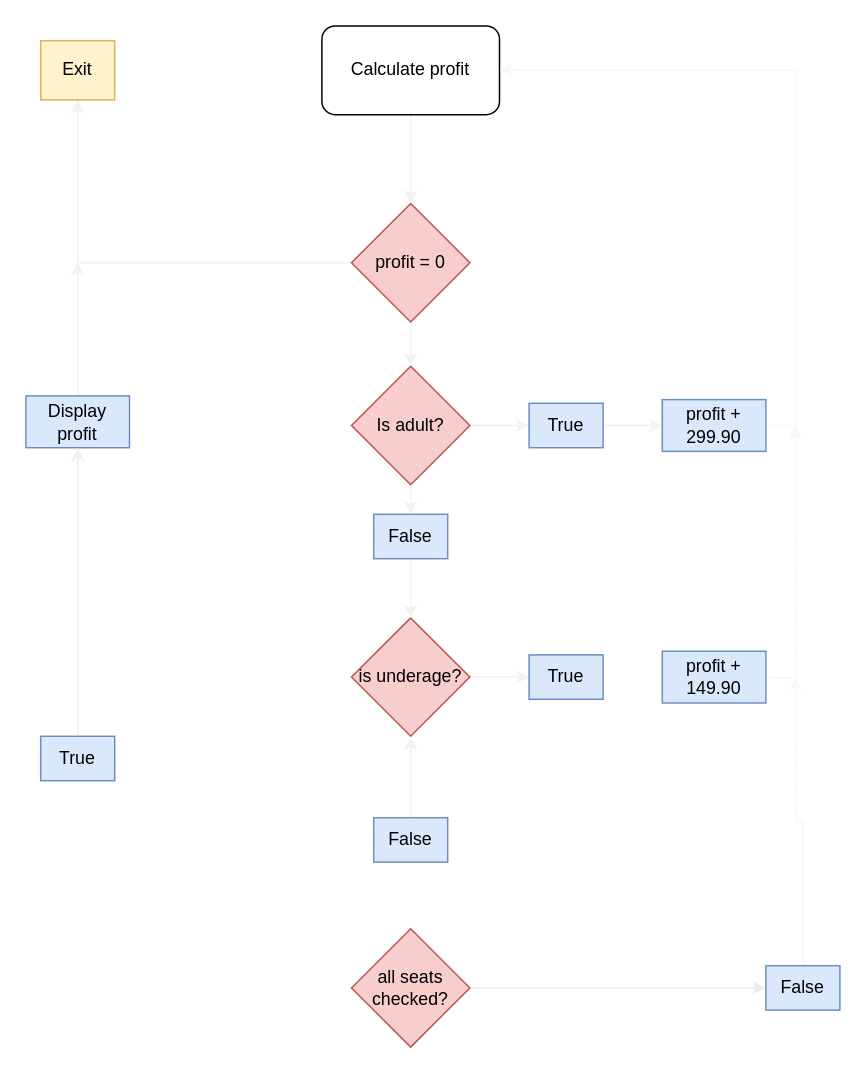
Earlier version of the draw.io diagram algorithm 2.drawio (Miishri/Programming1_Projekt2). Source tidied: cells renumbered, new cells numbered last; positions are measured from the earlier drawing's top-left corner, leaving out a move shared by most shapes. Both pictures are drawn from the tidied source at 148%, with x=0, y=0 at pixel (25, 25).
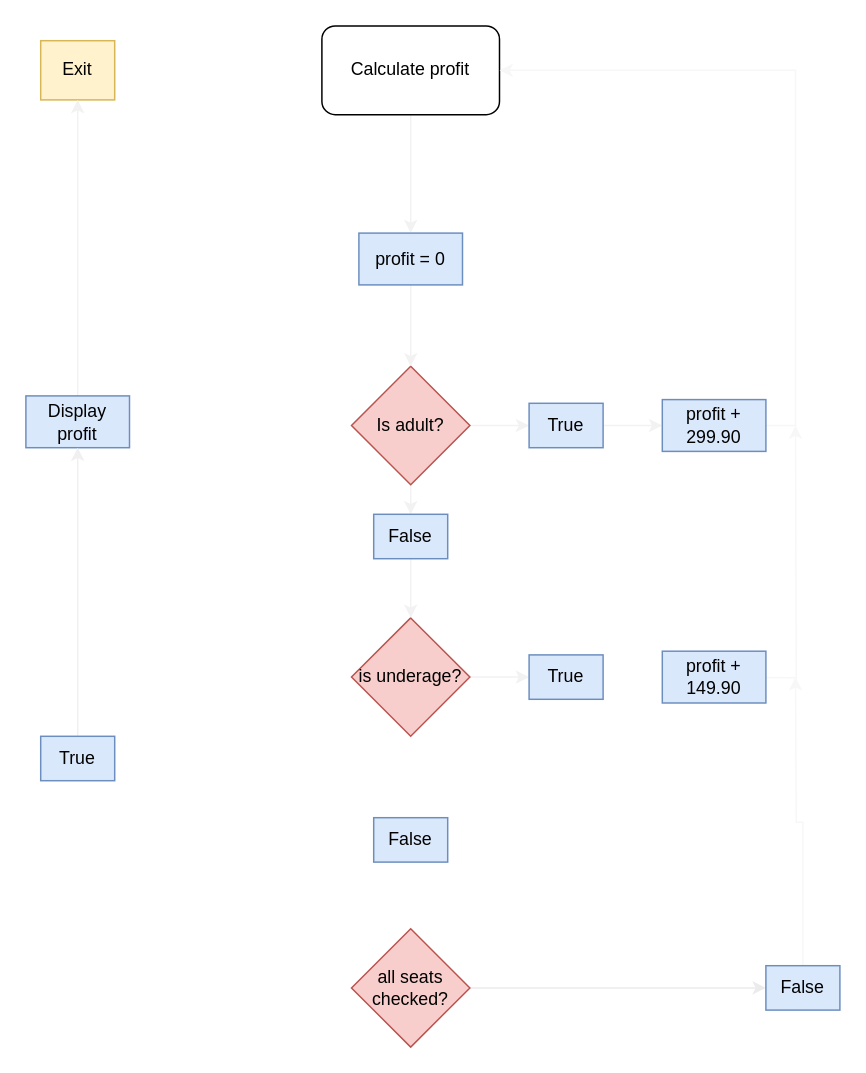
Above is the later version.

The change refers to these unchanged cells:
```xml
<mxCell id="6" value="Is adult?" style="rhombus;whiteSpace=wrap;html=1;fillColor=#f8cecc;strokeColor=#b85450;" parent="1" vertex="1">
  <mxGeometry x="220" y="230" width="80" height="80" as="geometry" />
</mxCell>
<mxCell id="8" value="is underage?" style="rhombus;whiteSpace=wrap;html=1;fillColor=#f8cecc;strokeColor=#b85450;" parent="1" vertex="1">
  <mxGeometry x="220" y="400" width="80" height="80" as="geometry" />
</mxCell>
<mxCell id="16" value="Exit" style="whiteSpace=wrap;html=1;fillColor=#fff2cc;strokeColor=#d6b656;" parent="1" vertex="1">
  <mxGeometry x="10" y="10" width="50" height="40" as="geometry" />
</mxCell>
<mxCell id="19" value="False" style="rounded=0;whiteSpace=wrap;html=1;fillColor=#dae8fc;strokeColor=#6c8ebf;" parent="1" vertex="1">
  <mxGeometry x="235" y="535" width="50" height="30" as="geometry" />
</mxCell>
<mxCell id="23" value="Display profit" style="rounded=0;whiteSpace=wrap;html=1;fillColor=#dae8fc;strokeColor=#6c8ebf;" parent="1" vertex="1">
  <mxGeometry y="250" width="70" height="35" as="geometry" />
</mxCell>
<mxCell id="30" value="all seats checked?" style="rhombus;whiteSpace=wrap;html=1;fillColor=#f8cecc;strokeColor=#b85450;" parent="1" vertex="1">
  <mxGeometry x="220" y="610" width="80" height="80" as="geometry" />
</mxCell>
```

What changed in the source:
```diff
@@
+    <mxCell id="35" style="edgeStyle=orthogonalEdgeStyle;rounded=0;jettySize=auto;html=1;exitX=0.5;exitY=1;exitDx=0;exitDy=0;entryX=0.5;entryY=0;entryDx=0;entryDy=0;strokeColor=#FFFFFF;" parent="1" edge="1" source="8" target="19">
+      <mxGeometry relative="1" as="geometry" />
+    </mxCell>
@@
-    <mxCell id="13" style="edgeStyle=orthogonalEdgeStyle;rounded=0;jettySize=auto;html=1;entryX=0.5;entryY=0;entryDx=0;entryDy=0;strokeColor=#F2F2F2;" parent="1" edge="1" source="15" target="6">
+    <mxCell id="13" style="edgeStyle=orthogonalEdgeStyle;rounded=0;jettySize=auto;html=1;entryX=0.5;entryY=0;entryDx=0;entryDy=0;strokeColor=#F2F2F2;exitX=0.5;exitY=1;exitDx=0;exitDy=0;" parent="1" edge="1" source="15" target="6">
       <mxGeometry relative="1" as="geometry" />
     </mxCell>
-    <mxCell id="14" style="edgeStyle=orthogonalEdgeStyle;rounded=0;jettySize=auto;html=1;strokeColor=#F2F2F2;exitX=0;exitY=0.5;exitDx=0;exitDy=0;" parent="1" edge="1" source="15" target="16">
-      <mxGeometry relative="1" as="geometry" />
-    </mxCell>
-    <mxCell id="15" value="profit = 0" style="rhombus;whiteSpace=wrap;html=1;fillColor=#f8cecc;strokeColor=#b85450;" parent="1" vertex="1">
-      <mxGeometry x="220" y="120" width="80" height="80" as="geometry" />
-    </mxCell>
@@
-    <mxCell id="17" style="edgeStyle=orthogonalEdgeStyle;rounded=0;jettySize=auto;html=1;entryX=0.5;entryY=1;entryDx=0;entryDy=0;strokeColor=#F2F2F2;" parent="1" edge="1" source="19" target="8">
-      <mxGeometry relative="1" as="geometry" />
-    </mxCell>
-    <mxCell id="18" style="edgeStyle=orthogonalEdgeStyle;rounded=0;jettySize=auto;html=1;entryX=0.5;entryY=0;entryDx=0;entryDy=0;strokeColor=#FFFFFF;" parent="1" edge="1" source="19" target="30">
+    <mxCell id="18" style="edgeStyle=orthogonalEdgeStyle;rounded=0;jettySize=auto;html=1;exitX=0.5;exitY=1;exitDx=0;exitDy=0;entryX=0.5;entryY=0;entryDx=0;entryDy=0;strokeColor=#FFFFFF;" parent="1" edge="1" source="19" target="30">
       <mxGeometry relative="1" as="geometry" />
     </mxCell>
@@
-    <mxCell id="22" style="edgeStyle=orthogonalEdgeStyle;rounded=0;jettySize=auto;html=1;strokeColor=#F2F2F2;" parent="1" edge="1" source="23">
-      <mxGeometry relative="1" as="geometry">
-        <mxPoint x="35" y="160" as="targetPoint" />
-      </mxGeometry>
+    <mxCell id="22" style="edgeStyle=orthogonalEdgeStyle;rounded=0;jettySize=auto;html=1;strokeColor=#F2F2F2;entryX=0.5;entryY=1;entryDx=0;entryDy=0;" parent="1" edge="1" source="23" target="16">
+      <mxGeometry relative="1" as="geometry" />
     </mxCell>
@@
+    <mxCell id="15" value="profit = 0" style="rounded=0;whiteSpace=wrap;html=1;fillColor=#dae8fc;strokeColor=#6c8ebf;" parent="1" vertex="1">
+      <mxGeometry x="225" y="140" width="70" height="35" as="geometry" />
+    </mxCell>
```
